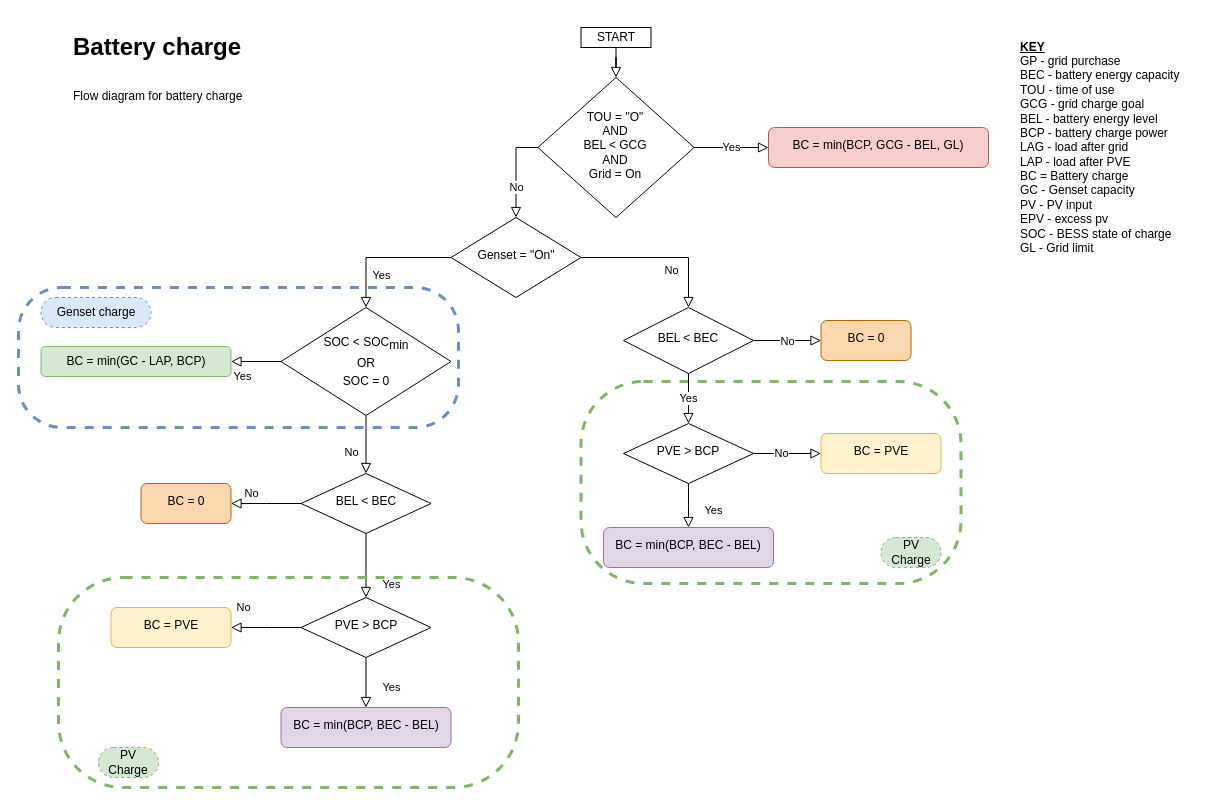
The draw.io diagram page "bessCharge" (2 of 4) of offGridSimulator.drawio in hanbu62/diagrams, before the edit. Source tidied: cells renumbered, new cells numbered last; positions are measured from the earlier drawing's top-left corner, leaving out a move shared by most shapes. Both pictures are drawn from the tidied source at 100%, with x=0, y=0 at pixel (18, 27).
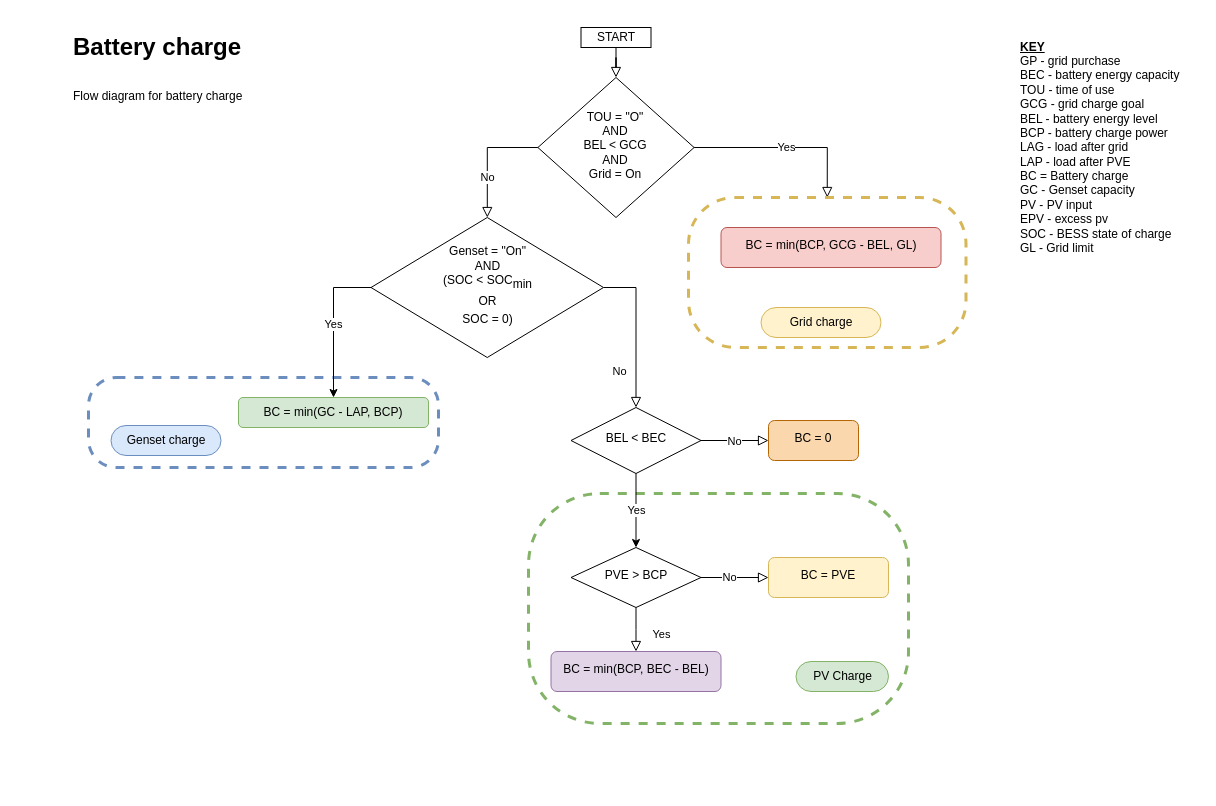
The same page after the edit.

Commit message:
bess charge simplification

Unchanged cells that the change refers to:
```xml
<mxCell id="31" value="TOU = &quot;O&quot; &lt;br&gt;AND &lt;br&gt;BEL &amp;lt; GCG&lt;br&gt;AND&lt;br&gt;Grid = On" style="rhombus;whiteSpace=wrap;html=1;shadow=0;fontFamily=Helvetica;fontSize=12;align=center;strokeWidth=1;spacing=6;spacingTop=-4;verticalAlign=middle;rounded=0;" parent="1" vertex="1">
  <mxGeometry x="519.4" y="50" width="156.2" height="140" as="geometry" />
</mxCell>
```

What changed in the source:
```diff
@@
     <mxCell id="2" style="rounded=1;whiteSpace=wrap;html=1;dashed=1;fillColor=none;arcSize=31;strokeColor=#6c8ebf;strokeWidth=3;" parent="1" vertex="1">
-      <mxGeometry y="260" width="440" height="140" as="geometry" />
+      <mxGeometry x="70" y="350" width="350" height="90" as="geometry" />
     </mxCell>
     <mxCell id="3" style="rounded=1;whiteSpace=wrap;html=1;dashed=1;fillColor=none;arcSize=31;strokeColor=#82b366;strokeWidth=3;" parent="1" vertex="1">
-      <mxGeometry x="562.5" y="354" width="380" height="202" as="geometry" />
+      <mxGeometry x="510" y="466" width="380" height="230" as="geometry" />
     </mxCell>
-    <mxCell id="4" value="Yes" style="rounded=0;html=1;jettySize=auto;fontSize=11;endArrow=block;endFill=0;endSize=8;strokeWidth=1;shadow=0;labelBackgroundColor=none;edgeStyle=orthogonalEdgeStyle;exitX=0;exitY=0.5;exitDx=0;exitDy=0;entryX=0.5;entryY=0;entryDx=0;entryDy=0;verticalAlign=middle;" parent="1" edge="1" source="6" target="10">
-      <mxGeometry x="0.53" y="15" relative="1" as="geometry">
-        <Array as="points">
-          <mxPoint x="348" y="230" />
-        </Array>
-      </mxGeometry>
-    </mxCell>
@@
+    <mxCell id="42" value="Yes" style="edgeStyle=orthogonalEdgeStyle;rounded=0;jettySize=auto;html=1;exitX=0;exitY=0.5;exitDx=0;exitDy=0;" parent="1" edge="1" source="6" target="34">
+      <mxGeometry relative="1" as="geometry" />
+    </mxCell>
-    <mxCell id="6" value="Genset = &quot;On&quot;" style="rhombus;whiteSpace=wrap;html=1;shadow=0;fontFamily=Helvetica;fontSize=12;align=center;strokeWidth=1;spacing=6;spacingTop=-4;verticalAlign=middle;rounded=0;" parent="1" vertex="1">
-      <mxGeometry x="432.5" y="190" width="130" height="80" as="geometry" />
+    <mxCell id="6" value="Genset = &quot;On&quot;&lt;br&gt;AND&lt;br&gt;(SOC &amp;lt; SOC&lt;sub&gt;&lt;font style=&quot;font-size: 12px;&quot;&gt;min&lt;br&gt;OR&lt;br&gt;SOC = 0)&lt;/font&gt;&lt;/sub&gt;" style="rhombus;whiteSpace=wrap;html=1;shadow=0;fontFamily=Helvetica;fontSize=12;align=center;strokeWidth=1;spacing=6;spacingTop=-4;verticalAlign=middle;rounded=0;" parent="1" vertex="1">
+      <mxGeometry x="352.5" y="190" width="232.5" height="140" as="geometry" />
     </mxCell>
-    <mxCell id="7" value="Yes" style="edgeStyle=none;rounded=0;jettySize=auto;html=1;endArrow=block;endFill=0;startSize=6;endSize=8;exitX=0;exitY=0.5;exitDx=0;exitDy=0;verticalAlign=middle;" parent="1" edge="1" source="10">
-      <mxGeometry x="0.56" y="15" relative="1" as="geometry">
-        <mxPoint x="212.5" y="334" as="targetPoint" />
-      </mxGeometry>
-    </mxCell>
-    <mxCell id="8" style="edgeStyle=orthogonalEdgeStyle;rounded=0;jettySize=auto;html=1;exitX=0.5;exitY=1;exitDx=0;exitDy=0;entryX=0.5;entryY=0;entryDx=0;entryDy=0;endArrow=block;endFill=0;startSize=6;endSize=8;verticalAlign=middle;" parent="1" edge="1" source="10" target="23">
-      <mxGeometry relative="1" as="geometry" />
-    </mxCell>
-    <mxCell id="9" value="No" style="edgeLabel;html=1;align=center;verticalAlign=middle;rounded=0;" parent="8" vertex="1">
-      <mxGeometry x="0.3" y="-2" relative="1" as="geometry">
-        <mxPoint x="-13" y="-2" as="offset" />
-      </mxGeometry>
-    </mxCell>
-    <mxCell id="10" value="&lt;font style=&quot;font-size: 12px;&quot;&gt;SOC &amp;lt; SOC&lt;/font&gt;&lt;sub style=&quot;&quot;&gt;&lt;font style=&quot;font-size: 12px;&quot;&gt;min&lt;br&gt;OR&lt;br&gt;SOC = 0&lt;/font&gt;&lt;br&gt;&lt;/sub&gt;" style="rhombus;whiteSpace=wrap;html=1;verticalAlign=middle;rounded=0;" parent="1" vertex="1">
-      <mxGeometry x="262.5" y="280" width="170" height="108" as="geometry" />
-    </mxCell>
@@
-    <mxCell id="15" value="No" style="edgeStyle=orthogonalEdgeStyle;rounded=0;jettySize=auto;html=1;endArrow=block;endFill=0;startSize=6;endSize=8;verticalAlign=middle;" parent="1" edge="1" source="17">
-      <mxGeometry x="0.65" y="-20" relative="1" as="geometry">
-        <mxPoint x="212.5" y="600" as="targetPoint" />
-      </mxGeometry>
-    </mxCell>
-    <mxCell id="16" value="Yes" style="edgeStyle=orthogonalEdgeStyle;rounded=0;jettySize=auto;html=1;endArrow=block;endFill=0;startSize=6;endSize=8;" parent="1" edge="1" source="17" target="24">
-      <mxGeometry x="0.2" y="25" relative="1" as="geometry" />
-    </mxCell>
-    <mxCell id="17" value="PVE &amp;gt; BCP" style="rhombus;whiteSpace=wrap;html=1;shadow=0;fontFamily=Helvetica;fontSize=12;align=center;strokeWidth=1;spacing=6;spacingTop=-4;verticalAlign=middle;rounded=0;" parent="1" vertex="1">
-      <mxGeometry x="282.5" y="570" width="130" height="60" as="geometry" />
-    </mxCell>
+    <mxCell id="19" value="No" style="edgeStyle=orthogonalEdgeStyle;rounded=0;jettySize=auto;html=1;entryX=0;entryY=0.5;entryDx=0;entryDy=0;endArrow=block;endFill=0;startSize=6;endSize=8;" parent="1" edge="1" source="20">
+      <mxGeometry relative="1" as="geometry">
+        <mxPoint x="750" y="413" as="targetPoint" />
+      </mxGeometry>
+    </mxCell>
-    <mxCell id="18" value="Yes" style="edgeStyle=orthogonalEdgeStyle;rounded=0;jettySize=auto;html=1;endArrow=block;endFill=0;startSize=6;endSize=8;" parent="1" edge="1" source="20" target="27">
+    <mxCell id="18" value="Yes" style="edgeStyle=orthogonalEdgeStyle;rounded=0;jettySize=auto;html=1;exitX=0.5;exitY=1;exitDx=0;exitDy=0;entryX=0.5;entryY=0;entryDx=0;entryDy=0;" parent="1" edge="1" source="20" target="27">
       <mxGeometry relative="1" as="geometry" />
     </mxCell>
-    <mxCell id="19" value="No" style="edgeStyle=orthogonalEdgeStyle;rounded=0;jettySize=auto;html=1;entryX=0;entryY=0.5;entryDx=0;entryDy=0;endArrow=block;endFill=0;startSize=6;endSize=8;" parent="1" edge="1" source="20">
-      <mxGeometry relative="1" as="geometry">
-        <mxPoint x="802.5" y="313" as="targetPoint" />
-      </mxGeometry>
-    </mxCell>
     <mxCell id="20" value="BEL &amp;lt; BEC" style="rhombus;whiteSpace=wrap;html=1;shadow=0;fontFamily=Helvetica;fontSize=12;align=center;strokeWidth=1;spacing=6;spacingTop=-4;verticalAlign=middle;fillColor=none;rounded=0;" parent="1" vertex="1">
-      <mxGeometry x="605" y="280" width="130" height="66" as="geometry" />
+      <mxGeometry x="552.5" y="380" width="130" height="66" as="geometry" />
     </mxCell>
-    <mxCell id="21" value="No" style="edgeStyle=orthogonalEdgeStyle;rounded=0;jettySize=auto;html=1;entryX=1;entryY=0.5;entryDx=0;entryDy=0;endArrow=block;endFill=0;startSize=6;endSize=8;verticalAlign=middle;" parent="1" edge="1" source="23">
-      <mxGeometry x="0.43" y="-10" relative="1" as="geometry">
-        <mxPoint x="212.5" y="476" as="targetPoint" />
-      </mxGeometry>
-    </mxCell>
-    <mxCell id="22" value="Yes" style="edgeStyle=orthogonalEdgeStyle;rounded=0;jettySize=auto;html=1;endArrow=block;endFill=0;startSize=6;endSize=8;entryX=0.5;entryY=0;entryDx=0;entryDy=0;verticalAlign=middle;" parent="1" edge="1" source="23" target="17">
-      <mxGeometry x="0.6" y="25" relative="1" as="geometry" />
-    </mxCell>
-    <mxCell id="23" value="BEL &amp;lt; BEC" style="rhombus;whiteSpace=wrap;html=1;shadow=0;fontFamily=Helvetica;fontSize=12;align=center;strokeWidth=1;spacing=6;spacingTop=-4;verticalAlign=middle;fillColor=none;rounded=0;" parent="1" vertex="1">
-      <mxGeometry x="282.5" y="446" width="130" height="60" as="geometry" />
-    </mxCell>
-    <mxCell id="24" value="BC = min(BCP, BEC - BEL)" style="rounded=1;whiteSpace=wrap;html=1;shadow=0;strokeWidth=1;spacing=6;spacingTop=-4;fillColor=#e1d5e7;strokeColor=#9673a6;" parent="1" vertex="1">
-      <mxGeometry x="262.5" y="680" width="170" height="40" as="geometry" />
-    </mxCell>
@@
     <mxCell id="26" value="Yes" style="edgeStyle=orthogonalEdgeStyle;rounded=0;jettySize=auto;html=1;endArrow=block;endFill=0;startSize=6;endSize=8;" parent="1" edge="1" source="27">
       <mxGeometry x="0.2" y="25" relative="1" as="geometry">
-        <mxPoint x="670" y="500" as="targetPoint" />
+        <mxPoint x="617.5" y="624" as="targetPoint" />
       </mxGeometry>
     </mxCell>
     <mxCell id="27" value="PVE &amp;gt; BCP" style="rhombus;whiteSpace=wrap;html=1;shadow=0;fontFamily=Helvetica;fontSize=12;align=center;strokeWidth=1;spacing=6;spacingTop=-4;verticalAlign=middle;rounded=0;" parent="1" vertex="1">
-      <mxGeometry x="605" y="396" width="130" height="60" as="geometry" />
+      <mxGeometry x="552.5" y="520" width="130" height="60" as="geometry" />
     </mxCell>
     <mxCell id="28" value="BC = PVE" style="rounded=1;whiteSpace=wrap;html=1;shadow=0;strokeWidth=1;spacing=6;spacingTop=-4;verticalAlign=middle;fillColor=#fff2cc;strokeColor=#d6b656;glass=0;" parent="1" vertex="1">
-      <mxGeometry x="802.5" y="406" width="120" height="40" as="geometry" />
+      <mxGeometry x="750" y="530" width="120" height="40" as="geometry" />
     </mxCell>
@@
-    <mxCell id="30" value="Yes" style="edgeStyle=orthogonalEdgeStyle;rounded=0;jettySize=auto;html=1;endArrow=block;endFill=0;startSize=6;endSize=8;" parent="1" edge="1" source="31">
-      <mxGeometry relative="1" as="geometry">
-        <mxPoint x="750" y="120" as="targetPoint" />
-      </mxGeometry>
+    <mxCell id="30" value="Yes" style="edgeStyle=orthogonalEdgeStyle;rounded=0;jettySize=auto;html=1;endArrow=block;endFill=0;startSize=6;endSize=8;entryX=0.5;entryY=0;entryDx=0;entryDy=0;exitX=1;exitY=0.5;exitDx=0;exitDy=0;" parent="1" edge="1" source="31" target="43">
+      <mxGeometry relative="1" as="geometry" />
     </mxCell>
@@
     <mxCell id="32" value="BC = min(BCP, GCG - BEL, GL)" style="rounded=1;whiteSpace=wrap;html=1;shadow=0;strokeWidth=1;spacing=6;spacingTop=-4;fillColor=#f8cecc;strokeColor=#b85450;glass=0;" parent="1" vertex="1">
-      <mxGeometry x="750" y="100" width="220" height="40" as="geometry" />
+      <mxGeometry x="702.5" y="200" width="220" height="40" as="geometry" />
     </mxCell>
     <mxCell id="33" value="BC = 0" style="rounded=1;whiteSpace=wrap;html=1;shadow=0;strokeWidth=1;spacing=6;spacingTop=-4;verticalAlign=middle;fillColor=#fad7ac;strokeColor=#b46504;glass=0;" parent="1" vertex="1">
-      <mxGeometry x="802.5" y="293" width="90" height="40" as="geometry" />
+      <mxGeometry x="750" y="393" width="90" height="40" as="geometry" />
     </mxCell>
     <mxCell id="34" value="BC = min(GC - LAP, BCP)" style="rounded=1;whiteSpace=wrap;html=1;verticalAlign=middle;fillColor=#d5e8d4;strokeColor=#82b366;glass=0;" parent="1" vertex="1">
-      <mxGeometry x="22.5" y="319" width="190" height="30" as="geometry" />
+      <mxGeometry x="220" y="370" width="190" height="30" as="geometry" />
     </mxCell>
-    <mxCell id="35" value="BC = 0" style="rounded=1;whiteSpace=wrap;html=1;shadow=0;strokeWidth=1;spacing=6;spacingTop=-4;verticalAlign=middle;fillColor=#fad7ac;strokeColor=#b46504;glass=0;" parent="1" vertex="1">
-      <mxGeometry x="122.5" y="456" width="90" height="40" as="geometry" />
-    </mxCell>
-    <mxCell id="36" value="BC = PVE" style="rounded=1;whiteSpace=wrap;html=1;shadow=0;strokeWidth=1;spacing=6;spacingTop=-4;verticalAlign=middle;fillColor=#fff2cc;strokeColor=#d6b656;glass=0;" parent="1" vertex="1">
-      <mxGeometry x="92.5" y="580" width="120" height="40" as="geometry" />
-    </mxCell>
-    <mxCell id="37" value="PV Charge" style="text;html=1;strokeColor=#82b366;fillColor=#d5e8d4;align=center;verticalAlign=middle;whiteSpace=wrap;rounded=1;dashed=1;arcSize=50;" parent="1" vertex="1">
-      <mxGeometry x="862.5" y="510" width="60" height="30" as="geometry" />
+    <mxCell id="37" value="PV Charge" style="text;html=1;strokeColor=#82b366;fillColor=#d5e8d4;align=center;verticalAlign=middle;whiteSpace=wrap;rounded=1;arcSize=50;" parent="1" vertex="1">
+      <mxGeometry x="777.5" y="634" width="92.5" height="30" as="geometry" />
     </mxCell>
-    <mxCell id="38" value="Genset charge" style="text;html=1;strokeColor=#6c8ebf;fillColor=#dae8fc;align=center;verticalAlign=middle;whiteSpace=wrap;rounded=1;dashed=1;arcSize=50;" parent="1" vertex="1">
-      <mxGeometry x="22.5" y="270" width="110" height="30" as="geometry" />
+    <mxCell id="38" value="Genset charge" style="text;html=1;strokeColor=#6c8ebf;fillColor=#dae8fc;align=center;verticalAlign=middle;whiteSpace=wrap;rounded=1;arcSize=50;" parent="1" vertex="1">
+      <mxGeometry x="92.5" y="398" width="110" height="30" as="geometry" />
     </mxCell>
     <mxCell id="39" value="BC = min(BCP, BEC - BEL)" style="rounded=1;whiteSpace=wrap;html=1;shadow=0;strokeWidth=1;spacing=6;spacingTop=-4;fillColor=#e1d5e7;strokeColor=#9673a6;" parent="1" vertex="1">
-      <mxGeometry x="585" y="500" width="170" height="40" as="geometry" />
+      <mxGeometry x="532.5" y="624" width="170" height="40" as="geometry" />
     </mxCell>
-    <mxCell id="40" style="rounded=1;whiteSpace=wrap;html=1;dashed=1;fillColor=none;arcSize=31;strokeColor=#82b366;strokeWidth=3;" parent="1" vertex="1">
-      <mxGeometry x="40" y="550" width="460" height="210" as="geometry" />
-    </mxCell>
-    <mxCell id="41" value="PV Charge" style="text;html=1;strokeColor=#82b366;fillColor=#d5e8d4;align=center;verticalAlign=middle;whiteSpace=wrap;rounded=1;dashed=1;arcSize=50;" parent="1" vertex="1">
-      <mxGeometry x="80" y="720" width="60" height="30" as="geometry" />
-    </mxCell>
+    <mxCell id="43" style="rounded=1;whiteSpace=wrap;html=1;dashed=1;fillColor=none;arcSize=31;strokeColor=#d6b656;strokeWidth=3;" parent="1" vertex="1">
+      <mxGeometry x="670" y="170" width="277.5" height="150" as="geometry" />
+    </mxCell>
+    <mxCell id="44" value="Grid charge" style="text;html=1;strokeColor=#d6b656;fillColor=#fff2cc;align=center;verticalAlign=middle;whiteSpace=wrap;rounded=1;arcSize=50;" parent="1" vertex="1">
+      <mxGeometry x="742.5" y="280" width="120" height="30" as="geometry" />
+    </mxCell>
```
